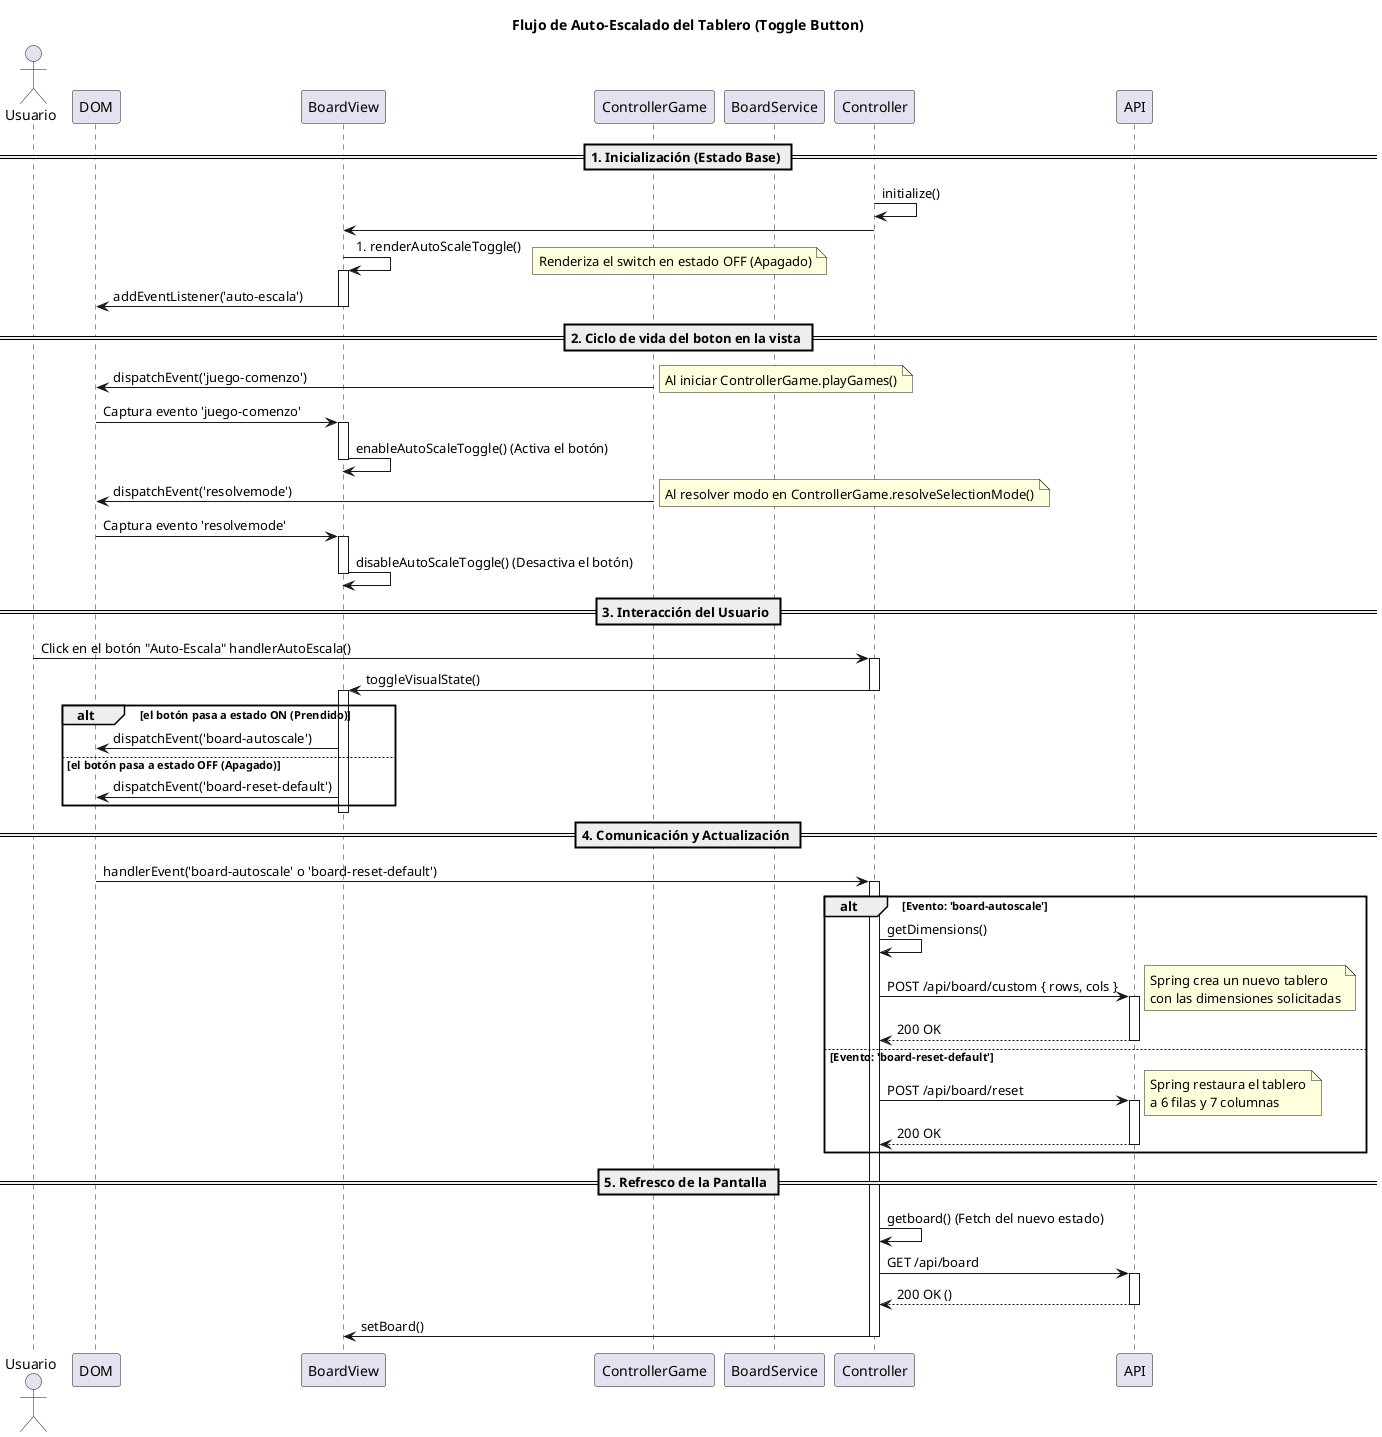
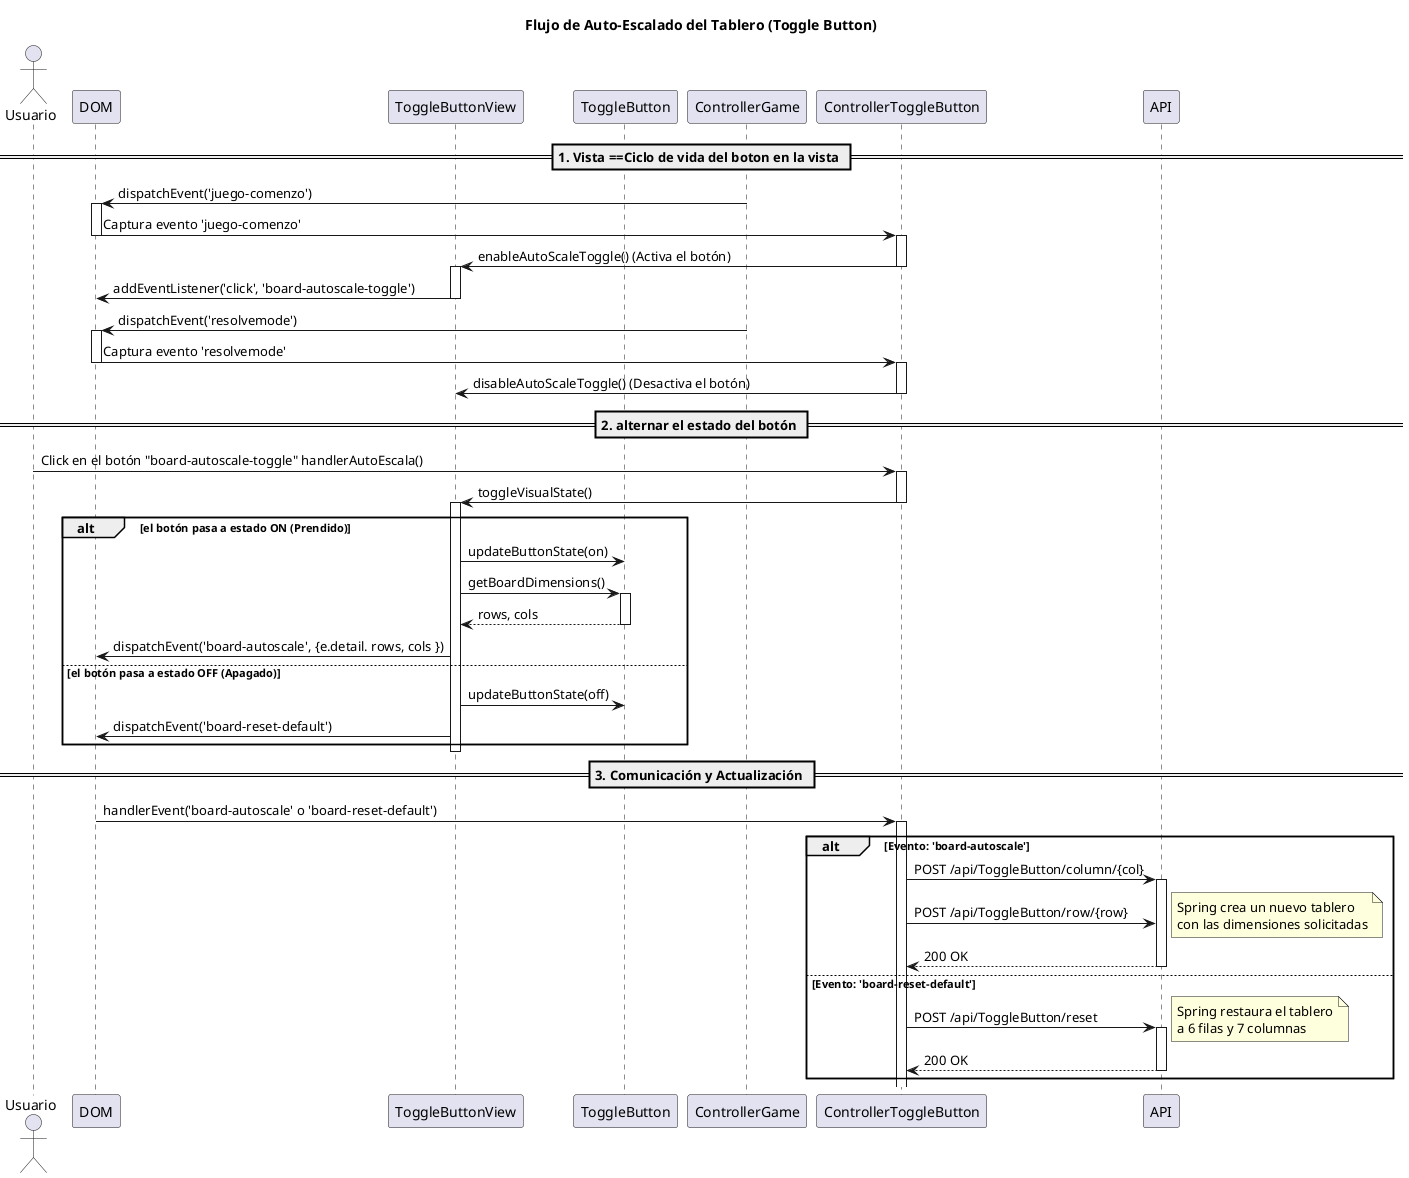
@startuml AutoScaleBoardSequence

title Flujo de Auto-Escalado del Tablero (Toggle Button)

actor "Usuario" as User
participant "DOM" as DOM
- participant "BoardView" as View
+ participant "ToggleButtonView" as View
+ participant "ToggleButton" as Model
participant "ControllerGame" as Game
- participant "BoardService" as BoardService
+ participant "ControllerToggleButton" as Controller

- == 1. Inicialización (Estado Base) ==
- Controller -> Controller : initialize()
- Controller -> View
- View -> View : #renderAutoScaleToggle()
- activate View
- note right: Renderiza el switch en estado OFF (Apagado)
- View -> DOM : addEventListener('auto-escala')
- deactivate View
- 
- == 2. Ciclo de vida del boton en la vista ==
+ == 1. Vista ==Ciclo de vida del boton en la vista ==

Game -> DOM : dispatchEvent('juego-comenzo')
- note right: Al iniciar ControllerGame.playGames()
- DOM -> View : Captura evento 'juego-comenzo'
+ activate DOM
+ DOM -> Controller : Captura evento 'juego-comenzo'
+ deactivate DOM
+ activate Controller
+ Controller -> View : enableAutoScaleToggle() (Activa el botón)
+ deactivate Controller
activate View
- View -> View : enableAutoScaleToggle() (Activa el botón)
+ View -> DOM : addEventListener('click', 'board-autoscale-toggle')
deactivate View
+ Game -> DOM : dispatchEvent('resolvemode')
+ activate DOM
+ DOM -> Controller : Captura evento 'resolvemode'
+ deactivate DOM
+ activate Controller
+ Controller -> View : disableAutoScaleToggle() (Desactiva el botón)
+ deactivate Controller

- Game -> DOM : dispatchEvent('resolvemode')
- note right: Al resolver modo en ControllerGame.resolveSelectionMode()
- DOM -> View : Captura evento 'resolvemode'
- activate View
- View -> View : disableAutoScaleToggle() (Desactiva el botón)
- deactivate View
- 
- == 3. Interacción del Usuario ==
- User -> Controller : Click en el botón "Auto-Escala" handlerAutoEscala()
+ == 2. alternar el estado del botón ==
+ User -> Controller : Click en el botón "board-autoscale-toggle" handlerAutoEscala()
activate Controller
Controller -> View : toggleVisualState()
deactivate Controller
activate View

alt  el botón pasa a estado ON (Prendido)
- 
-     View -> DOM : dispatchEvent('board-autoscale')
- 
- 
+     View -> Model : updateButtonState(on)
+     View -> Model : getBoardDimensions()
+     activate Model
+     Model --> View : rows, cols
+     deactivate Model
+     View -> DOM : dispatchEvent('board-autoscale', {e.detail. rows, cols })
else el botón pasa a estado OFF (Apagado)
+     View -> Model : updateButtonState(off)
    View -> DOM : dispatchEvent('board-reset-default')
- 
end
deactivate View

- == 4. Comunicación y Actualización ==
+ == 3. Comunicación y Actualización ==
DOM -> Controller : handlerEvent('board-autoscale' o 'board-reset-default')
activate Controller

alt Evento: 'board-autoscale'
-     Controller -> Controller : getDimensions()
-     Controller -> API : POST /api/board/custom { rows, cols }
+ 
+     Controller -> API : POST /api/ToggleButton/column/{col}
    activate API
+     Controller -> API : POST /api/ToggleButton/row/{row}
    note right: Spring crea un nuevo tablero\ncon las dimensiones solicitadas
    API --> Controller : 200 OK
    deactivate API
else Evento: 'board-reset-default'
-     Controller -> API : POST /api/board/reset
+     Controller -> API : POST /api/ToggleButton/reset
    activate API
    note right: Spring restaura el tablero\na 6 filas y 7 columnas
    API --> Controller : 200 OK
    deactivate API
end

- == 5. Refresco de la Pantalla ==
- Controller -> Controller : getboard() (Fetch del nuevo estado)
- Controller -> API : GET /api/board
- activate API
- API --> Controller : 200 OK ()
- deactivate API
- 
- Controller -> View : setBoard()
- deactivate Controller

@enduml
